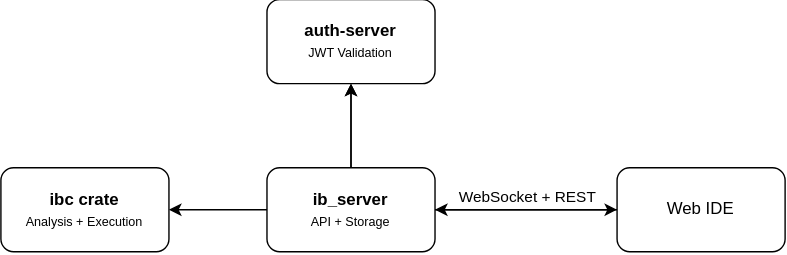
FilipToth/ib-lang keeps this draw.io diagram as assets/architecture.drawio.svg. Above is the earlier version. Source tidied: cells renumbered, new cells last; positions are measured from the earlier drawing's top-left corner, leaving out a move shared by most shapes. The source it was exported from:
```xml
<mxGraphModel>
  <root>
    <mxCell id="0" />
    <mxCell id="1" parent="0" />
    <mxCell id="2" value="&lt;b&gt;ibc crate&lt;/b&gt;&lt;div&gt;&lt;font style=&quot;font-size: 9px;&quot;&gt;Analysis + Execution&lt;/font&gt;&lt;/div&gt;" style="rounded=1;whiteSpace=wrap;html=1;" parent="1" vertex="1">
      <mxGeometry y="120" width="120" height="60" as="geometry" />
    </mxCell>
    <mxCell id="3" style="edgeStyle=orthogonalEdgeStyle;rounded=0;jettySize=auto;html=1;" parent="1" edge="1" source="8" target="11">
      <mxGeometry relative="1" as="geometry" />
    </mxCell>
    <mxCell id="4" value="WebSocket + REST" style="edgeLabel;html=1;align=center;verticalAlign=middle;" parent="3" vertex="1">
      <mxGeometry x="-0.09" relative="1" as="geometry">
        <mxPoint x="6" y="-10" as="offset" />
      </mxGeometry>
    </mxCell>
    <mxCell id="5" style="edgeStyle=orthogonalEdgeStyle;rounded=0;jettySize=auto;html=1;" parent="1" edge="1" source="8" target="9">
      <mxGeometry relative="1" as="geometry" />
    </mxCell>
    <mxCell id="6" style="edgeStyle=orthogonalEdgeStyle;rounded=0;jettySize=auto;html=1;" parent="1" edge="1" source="8" target="9">
      <mxGeometry relative="1" as="geometry" />
    </mxCell>
    <mxCell id="7" style="edgeStyle=orthogonalEdgeStyle;rounded=0;jettySize=auto;html=1;" parent="1" edge="1" source="8" target="2">
      <mxGeometry relative="1" as="geometry" />
    </mxCell>
    <mxCell id="8" value="&lt;b&gt;ib_server&lt;/b&gt;&lt;div&gt;&lt;font style=&quot;font-size: 9px;&quot;&gt;API + Storage&lt;/font&gt;&lt;/div&gt;" style="rounded=1;whiteSpace=wrap;html=1;" parent="1" vertex="1">
      <mxGeometry x="190" y="120" width="120" height="60" as="geometry" />
    </mxCell>
    <mxCell id="9" value="&lt;b&gt;auth-server&lt;/b&gt;&lt;div&gt;&lt;font style=&quot;font-size: 9px;&quot;&gt;JWT Validation&lt;/font&gt;&lt;/div&gt;" style="rounded=1;whiteSpace=wrap;html=1;" parent="1" vertex="1">
      <mxGeometry x="190" width="120" height="60" as="geometry" />
    </mxCell>
    <mxCell id="10" style="edgeStyle=orthogonalEdgeStyle;rounded=0;jettySize=auto;html=1;entryX=1;entryY=0.5;entryDx=0;entryDy=0;" parent="1" edge="1" source="11" target="8">
      <mxGeometry relative="1" as="geometry" />
    </mxCell>
    <mxCell id="11" value="Web IDE" style="rounded=1;whiteSpace=wrap;html=1;" parent="1" vertex="1">
      <mxGeometry x="440" y="120" width="120" height="60" as="geometry" />
    </mxCell>
  </root>
</mxGraphModel>
```
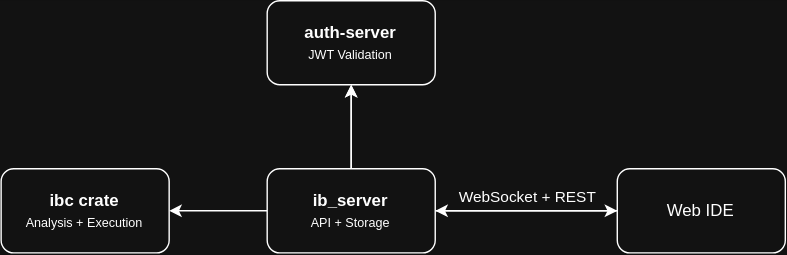
The same file after the commit.

Commit message:
Update architecture diagram

Change to the diagram source:
```diff
@@ -2,36 +2,36 @@
   <root>
     <mxCell id="0" />
     <mxCell id="1" parent="0" />
-    <mxCell id="2" value="&lt;b&gt;ibc crate&lt;/b&gt;&lt;div&gt;&lt;font style=&quot;font-size: 9px;&quot;&gt;Analysis + Execution&lt;/font&gt;&lt;/div&gt;" style="rounded=1;whiteSpace=wrap;html=1;" parent="1" vertex="1">
+    <mxCell id="2" value="&lt;b&gt;ibc crate&lt;/b&gt;&lt;div&gt;&lt;font style=&quot;font-size: 9px;&quot;&gt;Analysis + Execution&lt;/font&gt;&lt;/div&gt;" style="rounded=1;whiteSpace=wrap;html=1;labelBackgroundColor=none;" parent="1" vertex="1">
       <mxGeometry y="120" width="120" height="60" as="geometry" />
     </mxCell>
-    <mxCell id="3" style="edgeStyle=orthogonalEdgeStyle;rounded=0;jettySize=auto;html=1;" parent="1" edge="1" source="8" target="11">
+    <mxCell id="3" style="edgeStyle=orthogonalEdgeStyle;rounded=0;jettySize=auto;html=1;labelBackgroundColor=none;fontColor=default;" parent="1" edge="1" source="8" target="11">
       <mxGeometry relative="1" as="geometry" />
     </mxCell>
-    <mxCell id="4" value="WebSocket + REST" style="edgeLabel;html=1;align=center;verticalAlign=middle;" parent="3" vertex="1">
+    <mxCell id="4" value="WebSocket + REST" style="edgeLabel;html=1;align=center;verticalAlign=middle;labelBackgroundColor=none;" parent="3" vertex="1">
       <mxGeometry x="-0.09" relative="1" as="geometry">
         <mxPoint x="6" y="-10" as="offset" />
       </mxGeometry>
     </mxCell>
-    <mxCell id="5" style="edgeStyle=orthogonalEdgeStyle;rounded=0;jettySize=auto;html=1;" parent="1" edge="1" source="8" target="9">
+    <mxCell id="5" style="edgeStyle=orthogonalEdgeStyle;rounded=0;jettySize=auto;html=1;labelBackgroundColor=none;fontColor=default;" parent="1" edge="1" source="8" target="9">
       <mxGeometry relative="1" as="geometry" />
     </mxCell>
-    <mxCell id="6" style="edgeStyle=orthogonalEdgeStyle;rounded=0;jettySize=auto;html=1;" parent="1" edge="1" source="8" target="9">
+    <mxCell id="6" style="edgeStyle=orthogonalEdgeStyle;rounded=0;jettySize=auto;html=1;labelBackgroundColor=none;fontColor=default;" parent="1" edge="1" source="8" target="9">
       <mxGeometry relative="1" as="geometry" />
     </mxCell>
-    <mxCell id="7" style="edgeStyle=orthogonalEdgeStyle;rounded=0;jettySize=auto;html=1;" parent="1" edge="1" source="8" target="2">
+    <mxCell id="7" style="edgeStyle=orthogonalEdgeStyle;rounded=0;jettySize=auto;html=1;labelBackgroundColor=none;fontColor=default;" parent="1" edge="1" source="8" target="2">
       <mxGeometry relative="1" as="geometry" />
     </mxCell>
-    <mxCell id="8" value="&lt;b&gt;ib_server&lt;/b&gt;&lt;div&gt;&lt;font style=&quot;font-size: 9px;&quot;&gt;API + Storage&lt;/font&gt;&lt;/div&gt;" style="rounded=1;whiteSpace=wrap;html=1;" parent="1" vertex="1">
+    <mxCell id="8" value="&lt;b&gt;ib_server&lt;/b&gt;&lt;div&gt;&lt;font style=&quot;font-size: 9px;&quot;&gt;API + Storage&lt;/font&gt;&lt;/div&gt;" style="rounded=1;whiteSpace=wrap;html=1;labelBackgroundColor=none;" parent="1" vertex="1">
       <mxGeometry x="190" y="120" width="120" height="60" as="geometry" />
     </mxCell>
-    <mxCell id="9" value="&lt;b&gt;auth-server&lt;/b&gt;&lt;div&gt;&lt;font style=&quot;font-size: 9px;&quot;&gt;JWT Validation&lt;/font&gt;&lt;/div&gt;" style="rounded=1;whiteSpace=wrap;html=1;" parent="1" vertex="1">
+    <mxCell id="9" value="&lt;b&gt;auth-server&lt;/b&gt;&lt;div&gt;&lt;font style=&quot;font-size: 9px;&quot;&gt;JWT Validation&lt;/font&gt;&lt;/div&gt;" style="rounded=1;whiteSpace=wrap;html=1;labelBackgroundColor=none;" parent="1" vertex="1">
       <mxGeometry x="190" width="120" height="60" as="geometry" />
     </mxCell>
-    <mxCell id="10" style="edgeStyle=orthogonalEdgeStyle;rounded=0;jettySize=auto;html=1;entryX=1;entryY=0.5;entryDx=0;entryDy=0;" parent="1" edge="1" source="11" target="8">
+    <mxCell id="10" style="edgeStyle=orthogonalEdgeStyle;rounded=0;jettySize=auto;html=1;entryX=1;entryY=0.5;entryDx=0;entryDy=0;labelBackgroundColor=none;fontColor=default;" parent="1" edge="1" source="11" target="8">
       <mxGeometry relative="1" as="geometry" />
     </mxCell>
-    <mxCell id="11" value="Web IDE" style="rounded=1;whiteSpace=wrap;html=1;" parent="1" vertex="1">
+    <mxCell id="11" value="Web IDE" style="rounded=1;whiteSpace=wrap;html=1;labelBackgroundColor=none;" parent="1" vertex="1">
       <mxGeometry x="440" y="120" width="120" height="60" as="geometry" />
     </mxCell>
   </root>
```
